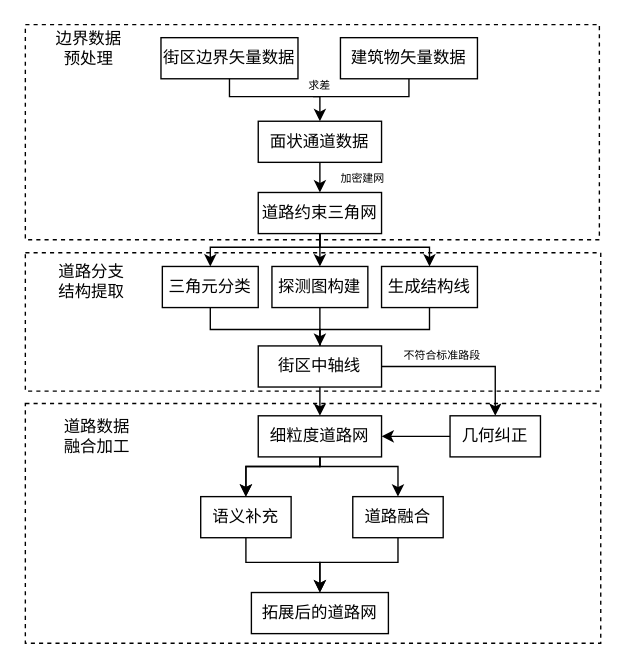
The draw.io diagram page "Page-1" (1 of 2) of Untitled Diagram.drawio in glancccc/CS-Books, before the edit. Source tidied: cells renumbered, new cells numbered last; positions are measured from the earlier drawing's top-left corner, leaving out a move shared by most shapes. Both pictures are drawn from the tidied source at 137%, with x=0, y=0 at pixel (23, 25).
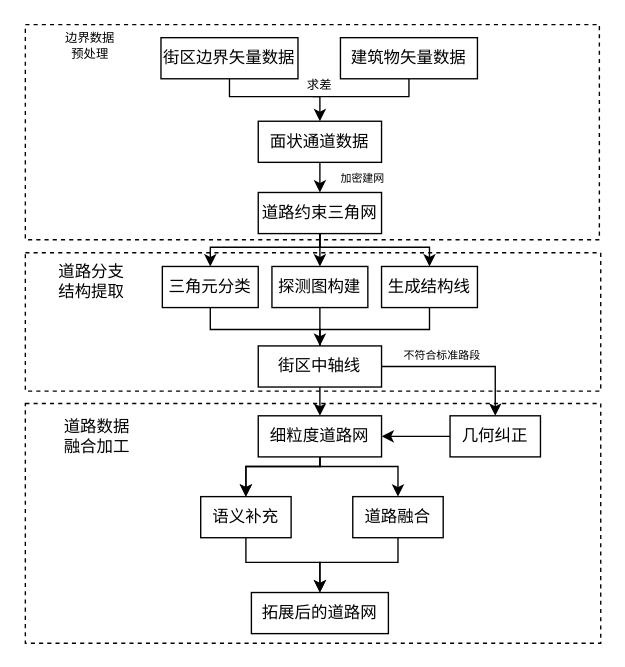
The same page after the edit.

What changed in the source:
```diff
@@
-    <mxCell id="5" value="街区边界矢量数据" style="rounded=0;whiteSpace=wrap;html=1;fontSize=12;glass=0;strokeWidth=1;shadow=0;" parent="1" vertex="1">
+    <mxCell id="5" value="&lt;font style=&quot;font-size: 12px;&quot;&gt;街区边界矢量数据&lt;/font&gt;" style="rounded=0;whiteSpace=wrap;html=1;fontSize=12;glass=0;strokeWidth=1;shadow=0;fontStyle=0;" parent="1" vertex="1">
       <mxGeometry x="100" y="9" width="100" height="30" as="geometry" />
     </mxCell>
@@
-    <mxCell id="34" value="求差" style="text;html=1;strokeColor=none;fillColor=none;align=center;verticalAlign=middle;whiteSpace=wrap;rounded=0;fontSize=8;" parent="1" vertex="1">
+    <mxCell id="34" value="&lt;font style=&quot;font-size: 9px;&quot;&gt;求差&lt;/font&gt;" style="text;html=1;strokeColor=none;fillColor=none;align=center;verticalAlign=middle;whiteSpace=wrap;rounded=0;fontSize=8;" parent="1" vertex="1">
       <mxGeometry x="186" y="29" width="60" height="30" as="geometry" />
     </mxCell>
@@
-    <mxCell id="38" value="边界数据&lt;br&gt;预处理" style="text;html=1;strokeColor=none;fillColor=none;align=center;verticalAlign=middle;whiteSpace=wrap;rounded=0;dashed=1;" parent="1" vertex="1">
-      <mxGeometry y="1.5" width="95" height="30" as="geometry" />
+    <mxCell id="38" value="&lt;font style=&quot;font-size: 9px;&quot;&gt;边界数据&lt;br style=&quot;font-size: 9px;&quot;&gt;预处理&lt;/font&gt;" style="text;html=1;strokeColor=none;fillColor=none;align=center;verticalAlign=middle;whiteSpace=wrap;rounded=0;dashed=1;fontSize=9;" parent="1" vertex="1">
+      <mxGeometry x="1" y="-0.5" width="95" height="30" as="geometry" />
     </mxCell>
```
